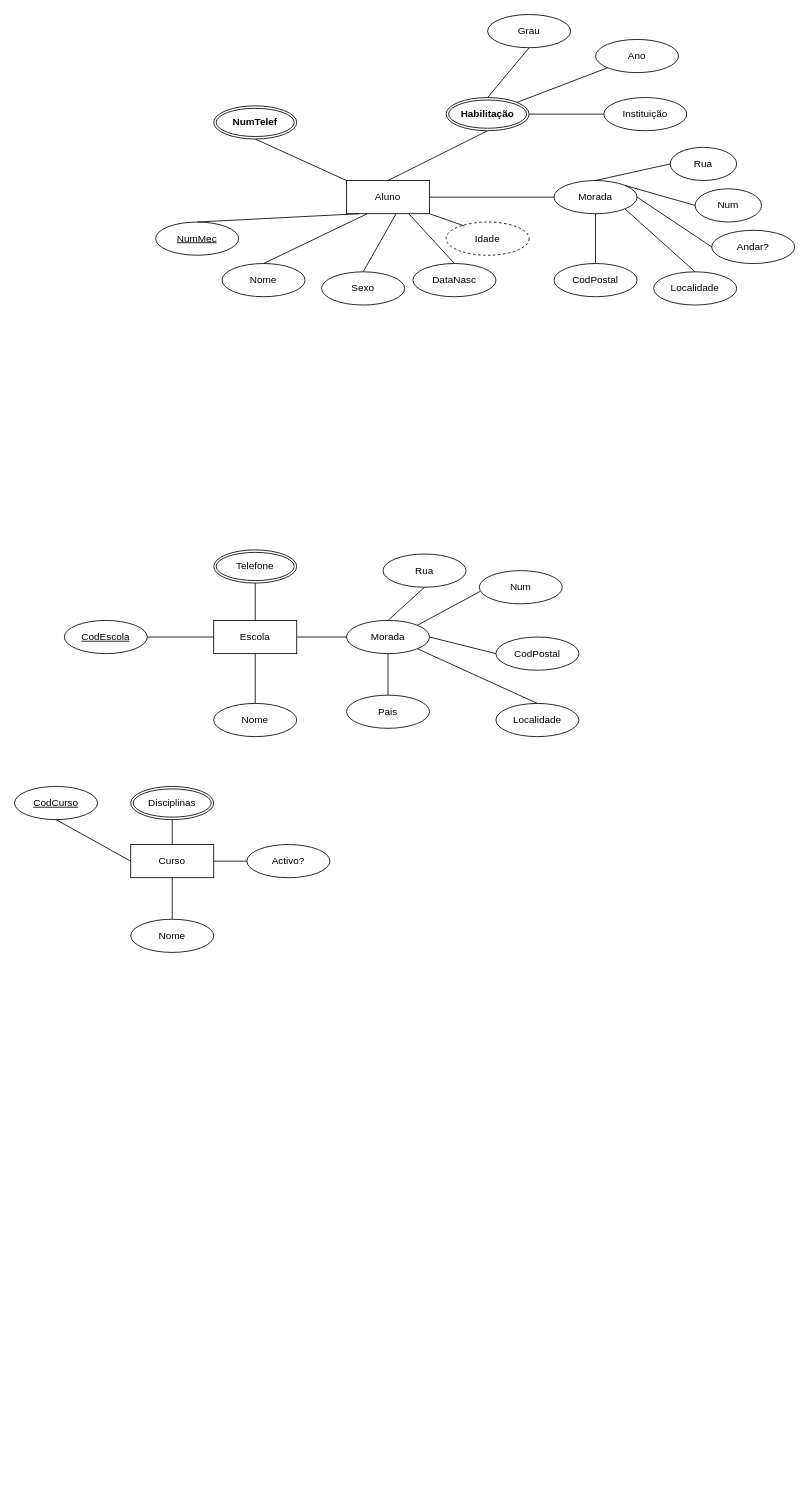
Earlier version of the draw.io diagram diagrama escolar .drawio (JoaoCorreia2008/Diagrama-escolar-). Source tidied: cells renumbered, new cells numbered last; positions are measured from the earlier drawing's top-left corner, leaving out a move shared by most shapes. Both pictures are drawn from the tidied source at 83%, with x=0, y=0 at pixel (14, 14).
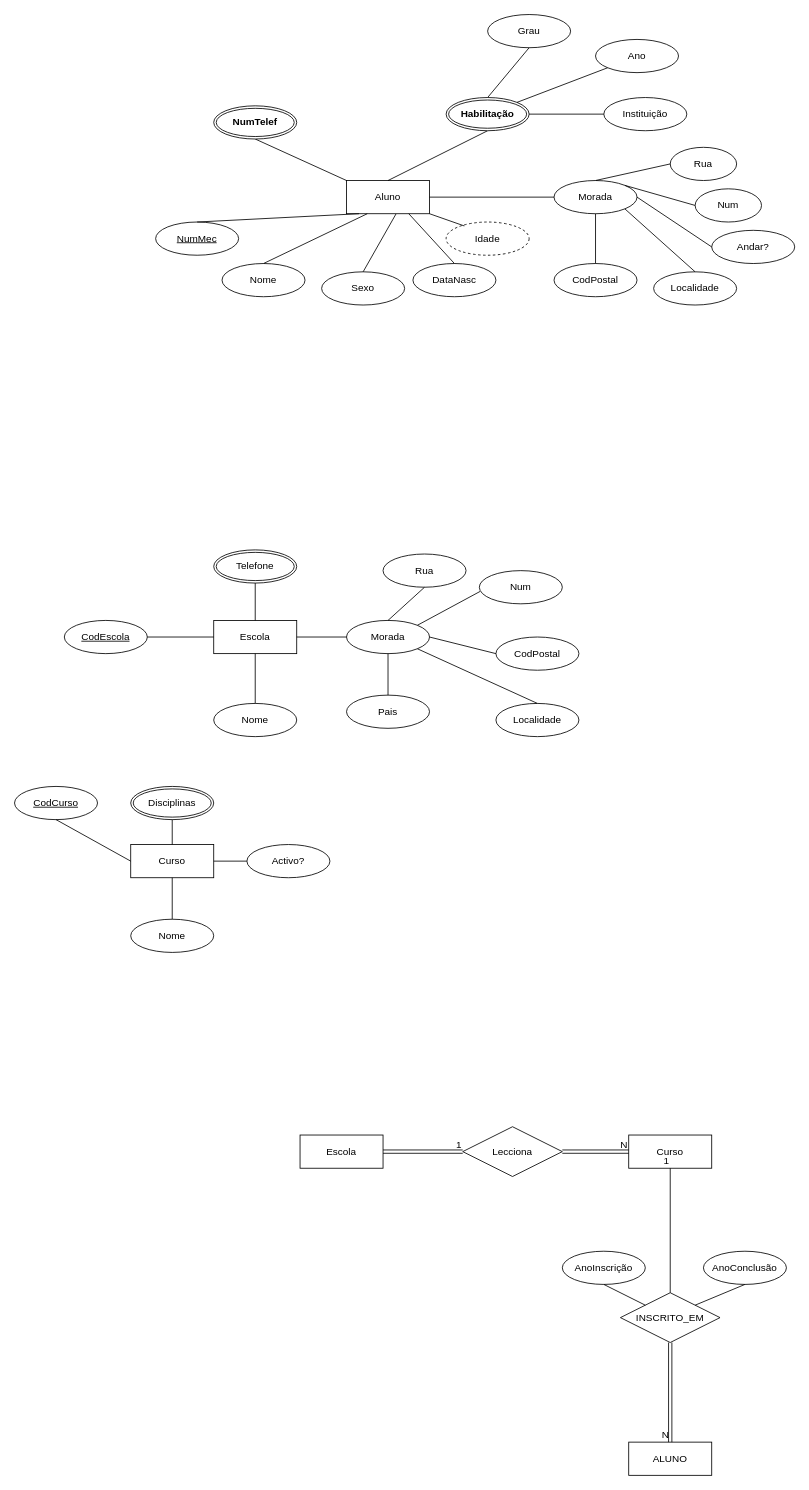
After the change.

The edit, as a diff of the source:
```diff
@@
+    <mxCell id="63" value="Lecciona" style="shape=rhombus;perimeter=rhombusPerimeter;whiteSpace=wrap;html=1;align=center;" parent="1" vertex="1">
+      <mxGeometry x="540" y="1340" width="120" height="60" as="geometry" />
+    </mxCell>
+    <mxCell id="64" value="Escola" style="whiteSpace=wrap;html=1;align=center;" parent="1" vertex="1">
+      <mxGeometry x="344" y="1350" width="100" height="40" as="geometry" />
+    </mxCell>
+    <mxCell id="65" value="Curso" style="whiteSpace=wrap;html=1;align=center;" parent="1" vertex="1">
+      <mxGeometry x="740" y="1350" width="100" height="40" as="geometry" />
+    </mxCell>
+    <mxCell id="66" value="INSCRITO_EM" style="shape=rhombus;perimeter=rhombusPerimeter;whiteSpace=wrap;html=1;align=center;" parent="1" vertex="1">
+      <mxGeometry x="730" y="1540" width="120" height="60" as="geometry" />
+    </mxCell>
+    <mxCell id="67" value="ALUNO" style="whiteSpace=wrap;html=1;align=center;" parent="1" vertex="1">
+      <mxGeometry x="740" y="1720" width="100" height="40" as="geometry" />
+    </mxCell>
+    <mxCell id="68" value="AnoInscrição" style="ellipse;whiteSpace=wrap;html=1;align=center;" parent="1" vertex="1">
+      <mxGeometry x="660" y="1490" width="100" height="40" as="geometry" />
+    </mxCell>
+    <mxCell id="69" value="AnoConclusão" style="ellipse;whiteSpace=wrap;html=1;align=center;" parent="1" vertex="1">
+      <mxGeometry x="830" y="1490" width="100" height="40" as="geometry" />
+    </mxCell>
+    <mxCell id="70" style="endArrow=none;html=1;rounded=0;exitX=0.5;exitY=1;exitDx=0;exitDy=0;entryX=0;entryY=0;entryDx=0;entryDy=0;" parent="1" edge="1" source="68" target="66">
+      <mxGeometry relative="1" as="geometry" />
+    </mxCell>
+    <mxCell id="71" style="endArrow=none;html=1;rounded=0;exitX=0.5;exitY=1;exitDx=0;exitDy=0;entryX=1;entryY=0;entryDx=0;entryDy=0;" parent="1" edge="1" source="69" target="66">
+      <mxGeometry relative="1" as="geometry" />
+    </mxCell>
+    <mxCell id="72" style="shape=link;html=1;rounded=0;exitX=1;exitY=0.5;exitDx=0;exitDy=0;" parent="1" edge="1" source="64">
+      <mxGeometry relative="1" as="geometry">
+        <mxPoint x="540" y="1370" as="targetPoint" />
+      </mxGeometry>
+    </mxCell>
+    <mxCell id="73" value="1" style="html=1;whiteSpace=wrap;align=right;verticalAlign=bottom;" parent="72" vertex="1">
+      <mxGeometry x="1" relative="1" as="geometry" />
+    </mxCell>
+    <mxCell id="74" style="shape=link;html=1;rounded=0;exitX=1;exitY=0.5;exitDx=0;exitDy=0;entryX=0;entryY=0.5;entryDx=0;entryDy=0;" parent="1" edge="1" source="63" target="65">
+      <mxGeometry relative="1" as="geometry" />
+    </mxCell>
+    <mxCell id="75" value="N" style="html=1;whiteSpace=wrap;align=right;verticalAlign=bottom;" parent="74" vertex="1">
+      <mxGeometry x="1" relative="1" as="geometry" />
+    </mxCell>
+    <mxCell id="76" style="endArrow=none;html=1;rounded=0;entryX=0.5;entryY=1;entryDx=0;entryDy=0;exitX=0.5;exitY=0;exitDx=0;exitDy=0;" parent="1" edge="1" source="66" target="65">
+      <mxGeometry relative="1" as="geometry" />
+    </mxCell>
+    <mxCell id="77" value="1" style="html=1;whiteSpace=wrap;align=right;verticalAlign=bottom;" parent="76" vertex="1">
+      <mxGeometry x="1" relative="1" as="geometry" />
+    </mxCell>
+    <mxCell id="78" style="shape=link;html=1;rounded=0;exitX=0.5;exitY=1;exitDx=0;exitDy=0;entryX=0.5;entryY=0;entryDx=0;entryDy=0;" parent="1" edge="1" source="66" target="67">
+      <mxGeometry relative="1" as="geometry" />
+    </mxCell>
+    <mxCell id="79" value="N" style="html=1;whiteSpace=wrap;align=right;verticalAlign=bottom;" parent="78" vertex="1">
+      <mxGeometry x="1" relative="1" as="geometry" />
+    </mxCell>
```
